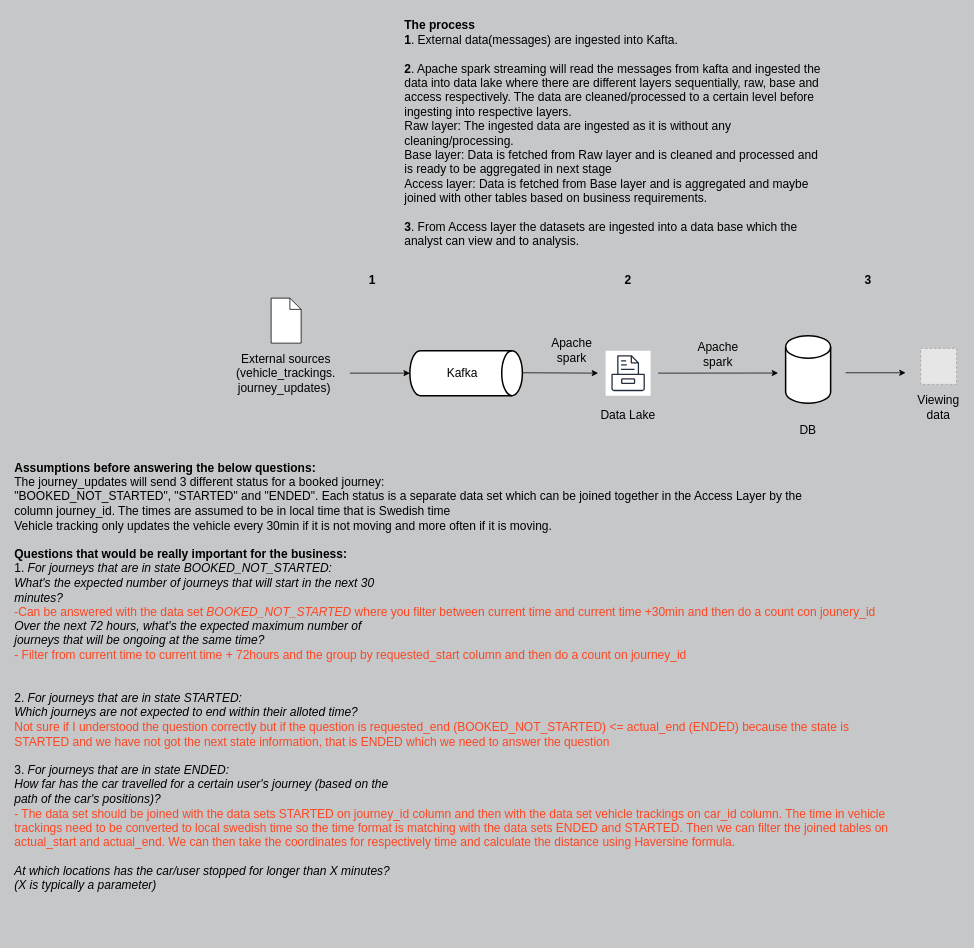
This is Untitled Diagram.drawio from alexiska/v_, a draw.io file, before an edit. Source tidied: cells renumbered, new cells numbered last; positions are measured from the earlier drawing's top-left corner, leaving out a move shared by most shapes. Both pictures are drawn from the tidied source at 75%, with x=0, y=0 at pixel (13, 13). Pictures stored in the file or linked from it are replaced by grey dashed boxes.
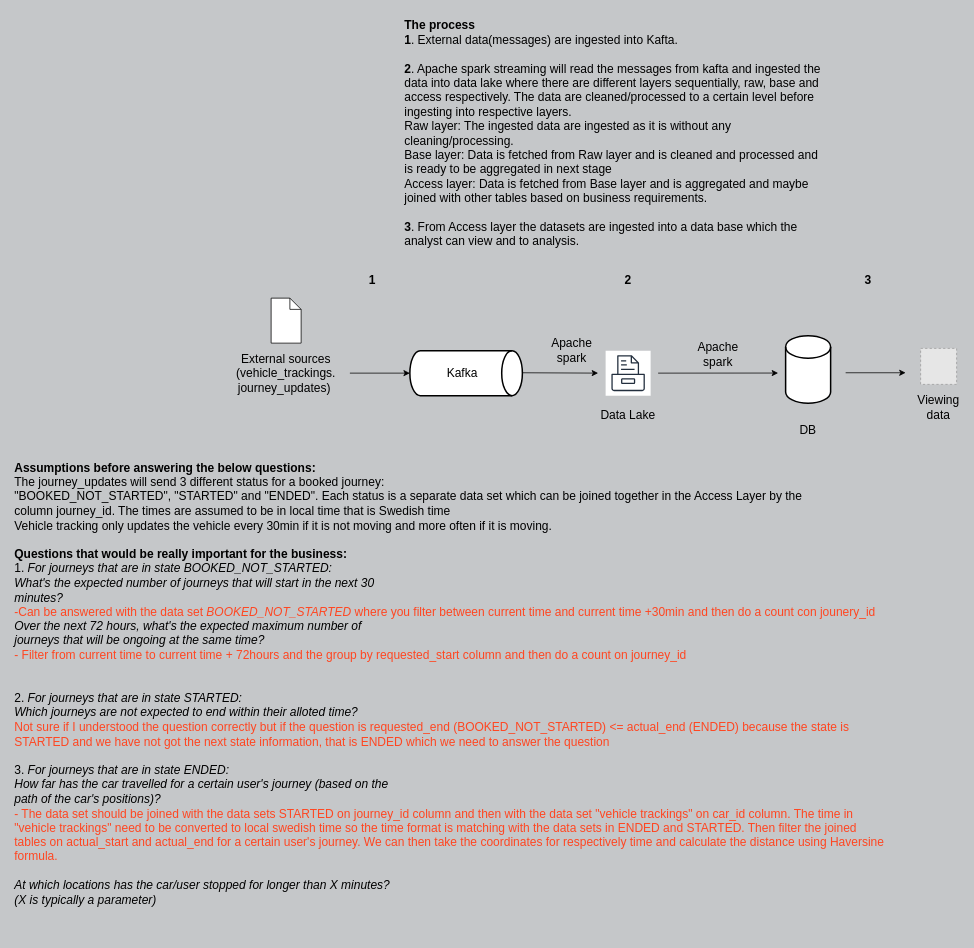
After the change.

What changed in the source:
```diff
@@
-    <mxCell id="22" value="&lt;b&gt;Assumptions before answering the below questions:&lt;/b&gt;&lt;br&gt;The journey_updates will send 3 different status for a booked journey:&amp;nbsp;&lt;br&gt;&quot;BOOKED_NOT_STARTED&quot;,&amp;nbsp;&quot;STARTED&quot; and&amp;nbsp;&quot;ENDED&quot;. Each status is a separate data set which can be joined together in the Access Layer by the column&amp;nbsp;journey_id. The times are assumed to be in local time that is Swedish time&lt;br&gt;Vehicle tracking only updates the vehicle every 30min if it is not moving and more often if it is moving.&amp;nbsp;&lt;br&gt;&lt;b&gt;&amp;nbsp;&lt;/b&gt;&lt;br&gt;&lt;b&gt;Questions that would be really important for the business:&lt;/b&gt;&lt;br&gt;1. &lt;i&gt;For journeys that are in state BOOKED_NOT_STARTED:&lt;/i&gt;&lt;br&gt;&lt;i&gt;What's the expected number of journeys that will start in the next 30&lt;/i&gt;&lt;br&gt;&lt;i&gt;minutes?&lt;/i&gt;&lt;br&gt;&lt;span style=&quot;&quot;&gt; &lt;/span&gt;&lt;font color=&quot;#ff4621&quot;&gt;-Can be answered with the data set&amp;nbsp;&lt;i style=&quot;border-color: var(--border-color);&quot;&gt;BOOKED_NOT_STARTED &lt;/i&gt;&lt;span style=&quot;border-color: var(--border-color);&quot;&gt;where you filter between current time and current time +30min and then do a count con jounery_id&lt;/span&gt;&lt;/font&gt;&lt;br&gt;&lt;i&gt;Over the next 72 hours, what's the expected maximum number of&lt;/i&gt;&lt;br&gt;&lt;i&gt;journeys that will be ongoing at the same time?&lt;br&gt;&lt;/i&gt;&lt;font color=&quot;#ff4621&quot;&gt;- Filter from current time to current time + 72hours and the group by requested_start column and then do a count on journey_id&lt;/font&gt;&lt;br&gt;&lt;br&gt;&lt;br&gt;2. &lt;i&gt;For journeys that are in state STARTED:&lt;br&gt;Which journeys are not expected to end within their alloted time?&lt;br&gt;&lt;/i&gt;&lt;font color=&quot;#ff4621&quot;&gt;Not sure if I understood the question correctly but if the question is requested_end (BOOKED_NOT_STARTED) &amp;lt;= actual_end (ENDED) because the state is STARTED and we have not got the next state information, that is ENDED which we need to answer the question&lt;/font&gt;&lt;br&gt;&lt;br&gt;3.&lt;i&gt; For journeys that are in state ENDED:&lt;/i&gt;&lt;br&gt;&lt;i&gt;How far has the car travelled for a certain user's journey (based on the&lt;/i&gt;&lt;br&gt;&lt;i&gt;path of the car's positions)?&lt;/i&gt;&lt;br&gt;&lt;font style=&quot;&quot; color=&quot;#ff4621&quot;&gt;- The data set should be joined with the data sets STARTED on journey_id column and then with the data set vehicle trackings on car_id column. The time in vehicle trackings need to be converted to local swedish time so the time format is matching with the data sets ENDED and STARTED. Then we can filter the joined tables on actual_start and actual_end. We can then take the coordinates for respectively time and calculate the distance using Haversine formula.&lt;br&gt;&amp;nbsp;&lt;/font&gt;&lt;br&gt;&lt;i&gt;At which locations has the car/user stopped for longer than X minutes?&lt;/i&gt;&lt;br&gt;&lt;i&gt;(X is typically a parameter)&lt;/i&gt;" style="text;whiteSpace=wrap;html=1;fontSize=16;fontColor=none;" parent="1" vertex="1">
+    <mxCell id="22" value="&lt;b&gt;Assumptions before answering the below questions:&lt;/b&gt;&lt;br&gt;The journey_updates will send 3 different status for a booked journey:&amp;nbsp;&lt;br&gt;&quot;BOOKED_NOT_STARTED&quot;,&amp;nbsp;&quot;STARTED&quot; and&amp;nbsp;&quot;ENDED&quot;. Each status is a separate data set which can be joined together in the Access Layer by the column&amp;nbsp;journey_id. The times are assumed to be in local time that is Swedish time&lt;br&gt;Vehicle tracking only updates the vehicle every 30min if it is not moving and more often if it is moving.&amp;nbsp;&lt;br&gt;&lt;b&gt;&amp;nbsp;&lt;/b&gt;&lt;br&gt;&lt;b&gt;Questions that would be really important for the business:&lt;/b&gt;&lt;br&gt;1. &lt;i&gt;For journeys that are in state BOOKED_NOT_STARTED:&lt;/i&gt;&lt;br&gt;&lt;i&gt;What's the expected number of journeys that will start in the next 30&lt;/i&gt;&lt;br&gt;&lt;i&gt;minutes?&lt;/i&gt;&lt;br&gt;&lt;span style=&quot;&quot;&gt; &lt;/span&gt;&lt;font color=&quot;#ff4621&quot;&gt;-Can be answered with the data set&amp;nbsp;&lt;i style=&quot;border-color: var(--border-color);&quot;&gt;BOOKED_NOT_STARTED &lt;/i&gt;&lt;span style=&quot;border-color: var(--border-color);&quot;&gt;where you filter between current time and current time +30min and then do a count con jounery_id&lt;/span&gt;&lt;/font&gt;&lt;br&gt;&lt;i&gt;Over the next 72 hours, what's the expected maximum number of&lt;/i&gt;&lt;br&gt;&lt;i&gt;journeys that will be ongoing at the same time?&lt;br&gt;&lt;/i&gt;&lt;font color=&quot;#ff4621&quot;&gt;- Filter from current time to current time + 72hours and the group by requested_start column and then do a count on journey_id&lt;/font&gt;&lt;br&gt;&lt;br&gt;&lt;br&gt;2. &lt;i&gt;For journeys that are in state STARTED:&lt;br&gt;Which journeys are not expected to end within their alloted time?&lt;br&gt;&lt;/i&gt;&lt;font color=&quot;#ff4621&quot;&gt;Not sure if I understood the question correctly but if the question is requested_end (BOOKED_NOT_STARTED) &amp;lt;= actual_end (ENDED) because the state is STARTED and we have not got the next state information, that is ENDED which we need to answer the question&lt;/font&gt;&lt;br&gt;&lt;br&gt;3.&lt;i&gt; For journeys that are in state ENDED:&lt;/i&gt;&lt;br&gt;&lt;i&gt;How far has the car travelled for a certain user's journey (based on the&lt;/i&gt;&lt;br&gt;&lt;i&gt;path of the car's positions)?&lt;/i&gt;&lt;br&gt;&lt;font style=&quot;&quot; color=&quot;#ff4621&quot;&gt;- The data set should be joined with the data sets STARTED on journey_id column and then with the data set &quot;vehicle trackings&quot; on car_id column. The time in &quot;vehicle trackings&quot; need to be converted to local swedish time so the time format is matching with the data sets in ENDED and STARTED. Then filter the joined tables on actual_start and actual_end for a certain user's journey. We can then take the coordinates for respectively time and calculate the distance using Haversine formula.&lt;br&gt;&amp;nbsp;&lt;/font&gt;&lt;br&gt;&lt;i&gt;At which locations has the car/user stopped for longer than X minutes?&lt;/i&gt;&lt;br&gt;&lt;i&gt;(X is typically a parameter)&lt;br&gt;&lt;br&gt;&lt;br&gt;&lt;/i&gt;" style="text;whiteSpace=wrap;html=1;fontSize=16;fontColor=none;" parent="1" vertex="1">
       <mxGeometry y="590" width="1170" height="270" as="geometry" />
     </mxCell>
```
